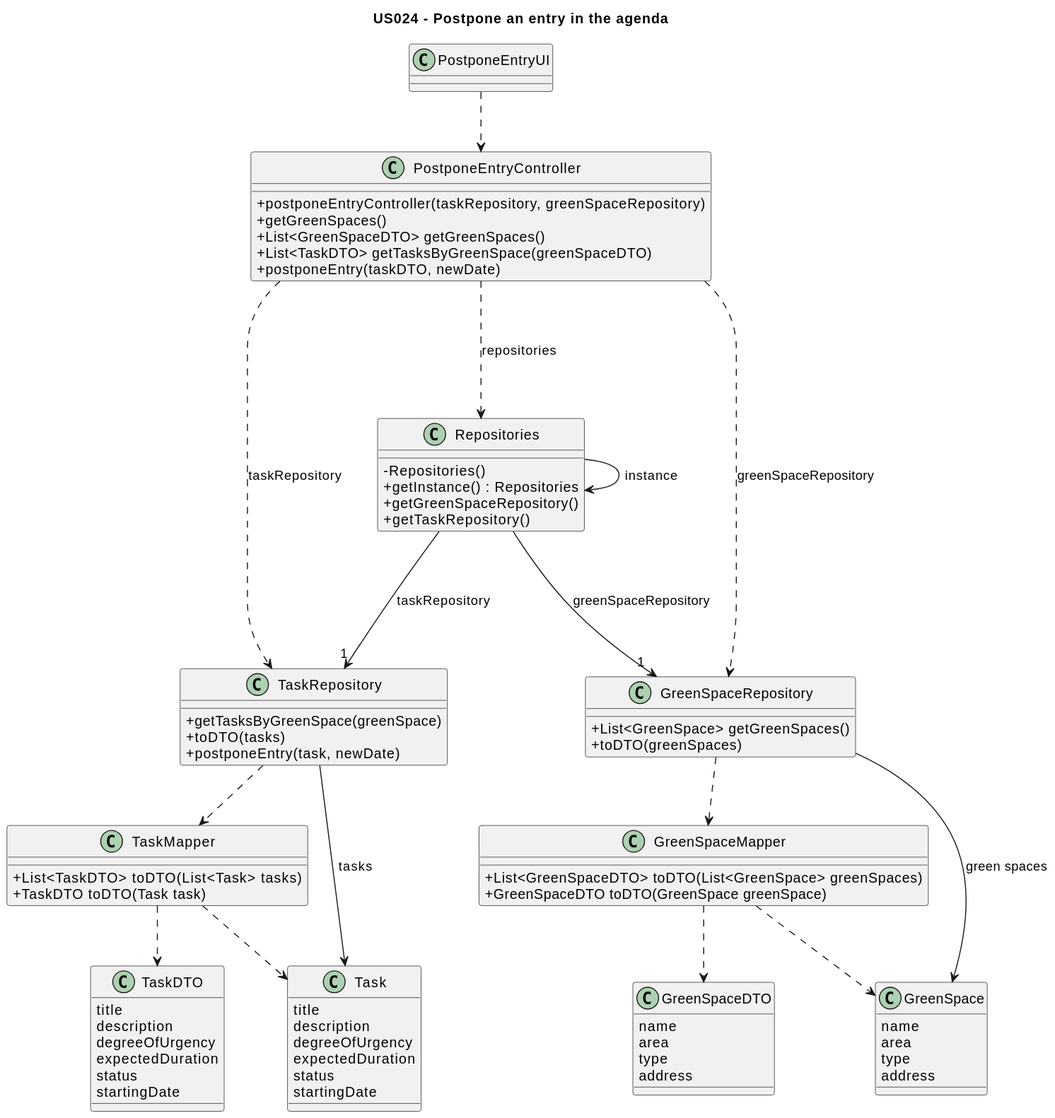
Departamento-de-Engenharia-Informatica/lei-24-s2-1dm-g132 keeps this PlantUML diagram as docs/sprintC/us024/03.design/svg/us024-class-diagram.svg. Above is the earlier version.
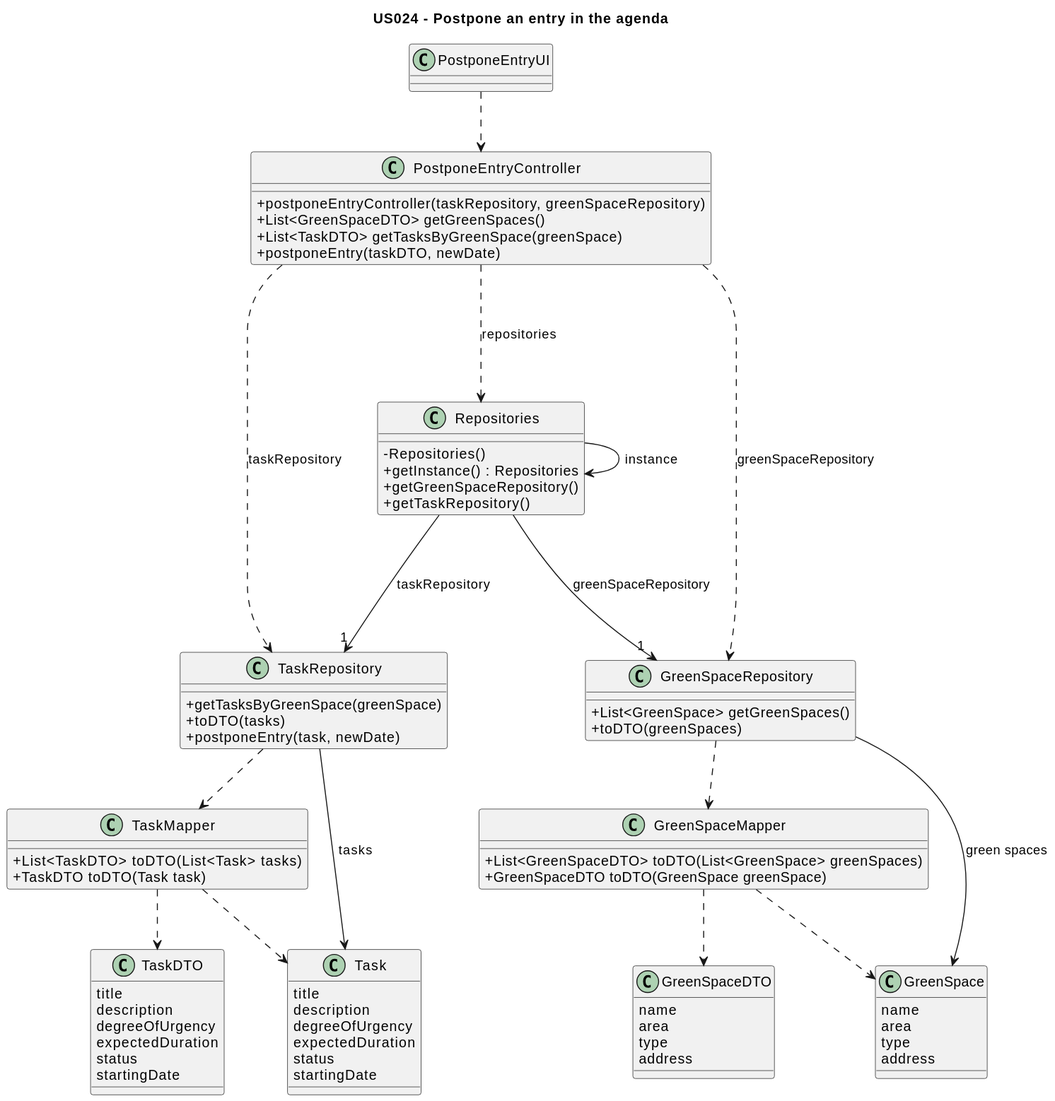
The same file after the commit.

Change to the diagram source:
```diff
@@ -14,9 +14,8 @@
 
 class PostponeEntryController {
     + postponeEntryController(taskRepository, greenSpaceRepository)
-    + getGreenSpaces()
     + List<GreenSpaceDTO> getGreenSpaces()
-    + List<TaskDTO> getTasksByGreenSpace(greenSpaceDTO)
+    + List<TaskDTO> getTasksByGreenSpace(greenSpace)
     + postponeEntry(taskDTO, newDate)
 
 }
```
